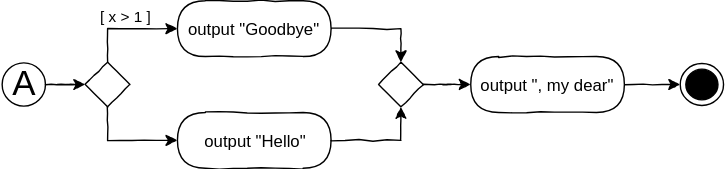
The draw.io diagram X01_Appendix/UML/BasicExclusive.svg in JirkaDellOro/Code-Inverted, before a commit. Source tidied: cells renumbered, new cells last; positions are measured from the earlier drawing's top-left corner, leaving out a move shared by most shapes. Source of this version:
```xml
<mxGraphModel>
  <root>
    <mxCell id="0" />
    <mxCell id="1" parent="0" />
    <mxCell id="2" value="output &quot;Hello&quot;" style="rounded=1;whiteSpace=wrap;html=1;absoluteArcSize=1;arcSize=50;strokeWidth=1;shadow=0;comic=1;" parent="1" vertex="1">
      <mxGeometry x="126" y="80" width="110" height="40" as="geometry" />
    </mxCell>
    <mxCell id="3" style="edgeStyle=orthogonalEdgeStyle;rounded=0;jettySize=auto;html=1;comic=1;" parent="1" edge="1" source="8" target="2">
      <mxGeometry relative="1" as="geometry">
        <Array as="points">
          <mxPoint x="76" y="100" />
        </Array>
      </mxGeometry>
    </mxCell>
    <mxCell id="4" style="ellipse;html=1;shape=endState;fillColor=#000000;strokeColor=#000000;comic=1;" parent="1" vertex="1">
      <mxGeometry x="486" y="45" width="31" height="30" as="geometry" />
    </mxCell>
    <mxCell id="5" style="edgeStyle=orthogonalEdgeStyle;rounded=0;jettySize=auto;html=1;comic=1;" parent="1" edge="1" source="14" target="4">
      <mxGeometry relative="1" as="geometry" />
    </mxCell>
    <mxCell id="6" value="&lt;font style=&quot;font-size: 25px ; line-height: 60%&quot;&gt;A&lt;/font&gt;" style="ellipse;whiteSpace=wrap;html=1;rounded=0;shadow=0;comic=1;strokeWidth=1;fillColor=#FFFFFF;" parent="1" vertex="1">
      <mxGeometry x="0.5" y="44.5" width="31" height="31" as="geometry" />
    </mxCell>
    <mxCell id="7" style="edgeStyle=orthogonalEdgeStyle;rounded=0;comic=1;jettySize=auto;html=1;verticalAlign=bottom;" parent="1" edge="1" source="12" target="10">
      <mxGeometry relative="1" as="geometry">
        <Array as="points">
          <mxPoint x="286" y="20" />
        </Array>
      </mxGeometry>
    </mxCell>
    <mxCell id="8" style="rhombus;whiteSpace=wrap;html=1;rounded=0;shadow=0;glass=0;comic=1;strokeColor=#000000;align=left;" parent="1" vertex="1">
      <mxGeometry x="60" y="44" width="32" height="32" as="geometry" />
    </mxCell>
    <mxCell id="9" style="edgeStyle=orthogonalEdgeStyle;rounded=0;jettySize=auto;html=1;comic=1;" parent="1" edge="1" source="6" target="8">
      <mxGeometry relative="1" as="geometry" />
    </mxCell>
    <mxCell id="10" style="rhombus;whiteSpace=wrap;html=1;rounded=0;shadow=0;glass=0;comic=1;strokeColor=#000000;align=left;" parent="1" vertex="1">
      <mxGeometry x="270" y="44" width="32" height="32" as="geometry" />
    </mxCell>
    <mxCell id="11" style="edgeStyle=orthogonalEdgeStyle;rounded=0;jettySize=auto;html=1;comic=1;" parent="1" edge="1" source="2" target="10">
      <mxGeometry relative="1" as="geometry" />
    </mxCell>
    <mxCell id="12" value="output &quot;Goodbye&quot;" style="rounded=1;whiteSpace=wrap;html=1;absoluteArcSize=1;arcSize=50;strokeWidth=1;shadow=0;comic=1;" parent="1" vertex="1">
      <mxGeometry x="126" width="110" height="40" as="geometry" />
    </mxCell>
    <mxCell id="13" value="[ x &amp;gt; 1 ]" style="edgeStyle=orthogonalEdgeStyle;rounded=0;comic=1;jettySize=auto;html=1;verticalAlign=bottom;" parent="1" edge="1" source="8" target="12">
      <mxGeometry relative="1" as="geometry">
        <Array as="points">
          <mxPoint x="76" y="20" />
        </Array>
      </mxGeometry>
    </mxCell>
    <mxCell id="14" value="output &quot;, my dear&quot;" style="rounded=1;whiteSpace=wrap;html=1;absoluteArcSize=1;arcSize=50;strokeWidth=1;shadow=0;comic=1;" parent="1" vertex="1">
      <mxGeometry x="336" y="40" width="110" height="40" as="geometry" />
    </mxCell>
    <mxCell id="15" style="edgeStyle=orthogonalEdgeStyle;rounded=0;jettySize=auto;html=1;comic=1;" parent="1" edge="1" source="10" target="14">
      <mxGeometry relative="1" as="geometry" />
    </mxCell>
  </root>
</mxGraphModel>
```
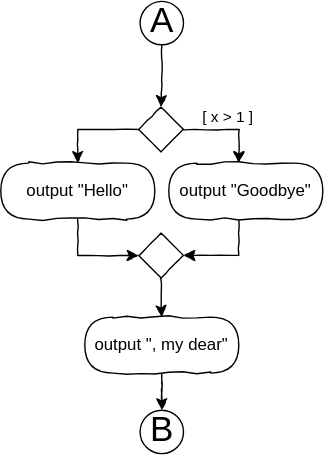
The same file after the commit.

Change to the diagram source:
```diff
@@ -3,58 +3,62 @@
     <mxCell id="0" />
     <mxCell id="1" parent="0" />
     <mxCell id="2" value="output &quot;Hello&quot;" style="rounded=1;whiteSpace=wrap;html=1;absoluteArcSize=1;arcSize=50;strokeWidth=1;shadow=0;comic=1;" parent="1" vertex="1">
-      <mxGeometry x="126" y="80" width="110" height="40" as="geometry" />
+      <mxGeometry x="-14" y="210" width="110" height="40" as="geometry" />
     </mxCell>
     <mxCell id="3" style="edgeStyle=orthogonalEdgeStyle;rounded=0;jettySize=auto;html=1;comic=1;" parent="1" edge="1" source="8" target="2">
       <mxGeometry relative="1" as="geometry">
         <Array as="points">
-          <mxPoint x="76" y="100" />
+          <mxPoint x="41" y="186" />
         </Array>
       </mxGeometry>
     </mxCell>
-    <mxCell id="4" style="ellipse;html=1;shape=endState;fillColor=#000000;strokeColor=#000000;comic=1;" parent="1" vertex="1">
-      <mxGeometry x="486" y="45" width="31" height="30" as="geometry" />
-    </mxCell>
-    <mxCell id="5" style="edgeStyle=orthogonalEdgeStyle;rounded=0;jettySize=auto;html=1;comic=1;" parent="1" edge="1" source="14" target="4">
+    <mxCell id="5" style="edgeStyle=orthogonalEdgeStyle;rounded=0;jettySize=auto;html=1;comic=1;" parent="1" edge="1" source="14" target="16">
       <mxGeometry relative="1" as="geometry" />
     </mxCell>
     <mxCell id="6" value="&lt;font style=&quot;font-size: 25px ; line-height: 60%&quot;&gt;A&lt;/font&gt;" style="ellipse;whiteSpace=wrap;html=1;rounded=0;shadow=0;comic=1;strokeWidth=1;fillColor=#FFFFFF;" parent="1" vertex="1">
-      <mxGeometry x="0.5" y="44.5" width="31" height="31" as="geometry" />
+      <mxGeometry x="85.5" y="94.5" width="31" height="31" as="geometry" />
     </mxCell>
     <mxCell id="7" style="edgeStyle=orthogonalEdgeStyle;rounded=0;comic=1;jettySize=auto;html=1;verticalAlign=bottom;" parent="1" edge="1" source="12" target="10">
       <mxGeometry relative="1" as="geometry">
         <Array as="points">
-          <mxPoint x="286" y="20" />
+          <mxPoint x="156" y="276" />
         </Array>
       </mxGeometry>
     </mxCell>
     <mxCell id="8" style="rhombus;whiteSpace=wrap;html=1;rounded=0;shadow=0;glass=0;comic=1;strokeColor=#000000;align=left;" parent="1" vertex="1">
-      <mxGeometry x="60" y="44" width="32" height="32" as="geometry" />
+      <mxGeometry x="84.5" y="170" width="32" height="32" as="geometry" />
     </mxCell>
     <mxCell id="9" style="edgeStyle=orthogonalEdgeStyle;rounded=0;jettySize=auto;html=1;comic=1;" parent="1" edge="1" source="6" target="8">
       <mxGeometry relative="1" as="geometry" />
     </mxCell>
     <mxCell id="10" style="rhombus;whiteSpace=wrap;html=1;rounded=0;shadow=0;glass=0;comic=1;strokeColor=#000000;align=left;" parent="1" vertex="1">
-      <mxGeometry x="270" y="44" width="32" height="32" as="geometry" />
+      <mxGeometry x="84.5" y="260" width="32" height="32" as="geometry" />
     </mxCell>
     <mxCell id="11" style="edgeStyle=orthogonalEdgeStyle;rounded=0;jettySize=auto;html=1;comic=1;" parent="1" edge="1" source="2" target="10">
-      <mxGeometry relative="1" as="geometry" />
+      <mxGeometry relative="1" as="geometry">
+        <Array as="points">
+          <mxPoint x="41" y="276" />
+        </Array>
+      </mxGeometry>
     </mxCell>
     <mxCell id="12" value="output &quot;Goodbye&quot;" style="rounded=1;whiteSpace=wrap;html=1;absoluteArcSize=1;arcSize=50;strokeWidth=1;shadow=0;comic=1;" parent="1" vertex="1">
-      <mxGeometry x="126" width="110" height="40" as="geometry" />
+      <mxGeometry x="106" y="210" width="110" height="40" as="geometry" />
     </mxCell>
     <mxCell id="13" value="[ x &amp;gt; 1 ]" style="edgeStyle=orthogonalEdgeStyle;rounded=0;comic=1;jettySize=auto;html=1;verticalAlign=bottom;" parent="1" edge="1" source="8" target="12">
       <mxGeometry relative="1" as="geometry">
         <Array as="points">
-          <mxPoint x="76" y="20" />
+          <mxPoint x="156" y="186" />
         </Array>
       </mxGeometry>
     </mxCell>
     <mxCell id="14" value="output &quot;, my dear&quot;" style="rounded=1;whiteSpace=wrap;html=1;absoluteArcSize=1;arcSize=50;strokeWidth=1;shadow=0;comic=1;" parent="1" vertex="1">
-      <mxGeometry x="336" y="40" width="110" height="40" as="geometry" />
+      <mxGeometry x="46" y="320" width="110" height="40" as="geometry" />
     </mxCell>
     <mxCell id="15" style="edgeStyle=orthogonalEdgeStyle;rounded=0;jettySize=auto;html=1;comic=1;" parent="1" edge="1" source="10" target="14">
       <mxGeometry relative="1" as="geometry" />
     </mxCell>
+    <mxCell id="16" value="&lt;font style=&quot;font-size: 25px ; line-height: 60%&quot;&gt;B&lt;/font&gt;" style="ellipse;whiteSpace=wrap;html=1;rounded=0;shadow=0;comic=1;strokeWidth=1;fillColor=#FFFFFF;" parent="1" vertex="1">
+      <mxGeometry x="85.5" y="386.5" width="31" height="31" as="geometry" />
+    </mxCell>
   </root>
 </mxGraphModel>
```
